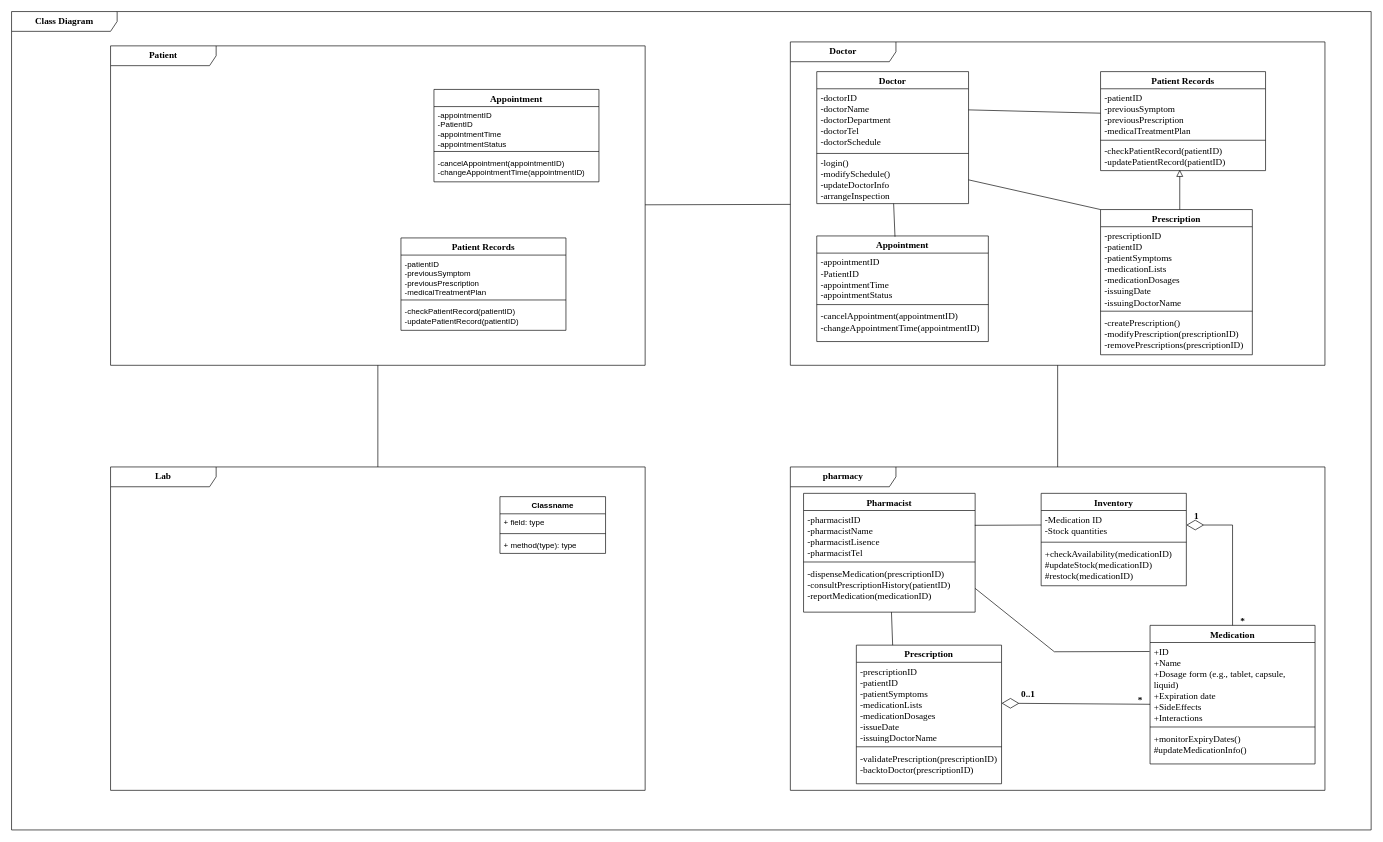
Earlier version of the draw.io diagram Class Diagram.drawio (FOMOKN/Software-Engineering). Source tidied: cells renumbered, new cells numbered last; positions are measured from the earlier drawing's top-left corner, leaving out a move shared by most shapes. Both pictures are drawn from the tidied source at 66%, with x=0, y=0 at pixel (11, 11).
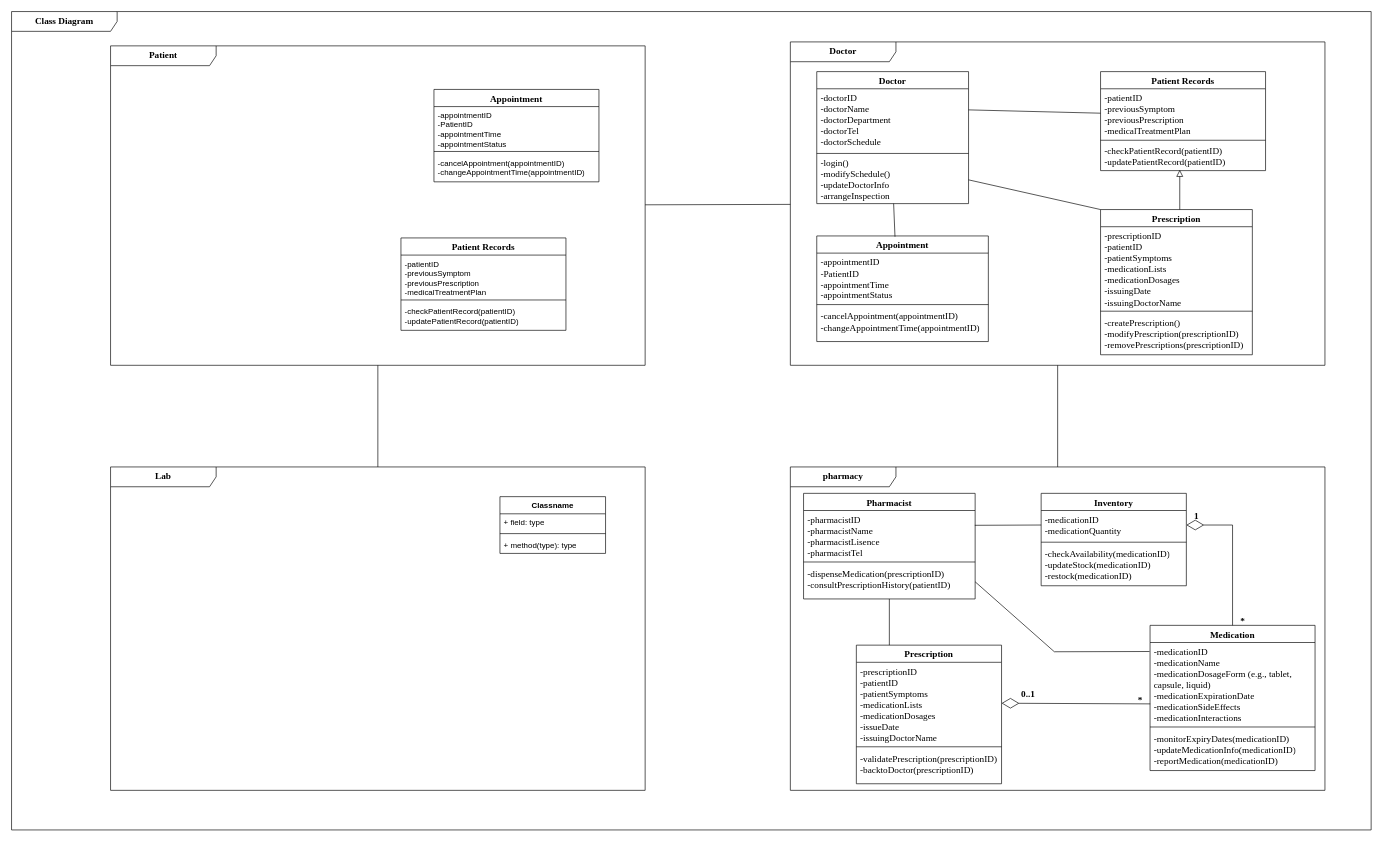
The same diagram, later.

The change refers to these unchanged cells:
```xml
<mxCell id="38" value="&lt;font size=&quot;1&quot; face=&quot;Times New Roman&quot;&gt;&lt;b style=&quot;font-size: 14px;&quot;&gt;pharmacy&lt;/b&gt;&lt;/font&gt;" style="shape=umlFrame;whiteSpace=wrap;html=1;width=160;" parent="2" vertex="1">
  <mxGeometry x="1180" y="690" width="810" height="490" as="geometry" />
</mxCell>
<mxCell id="43" value="Inventory" style="swimlane;fontStyle=1;align=center;verticalAlign=top;horizontal=1;startSize=26;whiteSpace=wrap;html=1;fontFamily=Times New Roman;fontSize=14;" parent="38" vertex="1">
  <mxGeometry x="380" y="40" width="220" height="140" as="geometry" />
</mxCell>
<mxCell id="52" value="*" style="text;html=1;align=center;verticalAlign=middle;points=[];strokeColor=none;fillColor=none;fontFamily=Times New Roman;fontSize=14;fontStyle=1;" parent="38" vertex="1">
  <mxGeometry x="515" y="339" width="30" height="30" as="geometry" />
</mxCell>
<mxCell id="58" value="&lt;font style=&quot;font-size: 14px;&quot;&gt;Prescription&lt;/font&gt;" style="swimlane;fontStyle=1;align=center;verticalAlign=top;horizontal=1;startSize=26;whiteSpace=wrap;html=1;fontFamily=Times New Roman;" parent="38" vertex="1">
  <mxGeometry x="100" y="270" width="220" height="210" as="geometry" />
</mxCell>
<mxCell id="59" value="-prescriptionID&lt;br style=&quot;border-color: var(--border-color);&quot;&gt;-patientID&lt;br style=&quot;border-color: var(--border-color);&quot;&gt;-patientSymptoms&lt;br style=&quot;border-color: var(--border-color);&quot;&gt;-medicationLists&lt;br style=&quot;border-color: var(--border-color);&quot;&gt;-medicationDosages&lt;br style=&quot;border-color: var(--border-color);&quot;&gt;-issueDate&lt;br style=&quot;border-color: var(--border-color);&quot;&gt;-issuingDoctorName" style="text;strokeColor=none;fillColor=none;align=left;verticalAlign=top;spacingLeft=4;spacingRight=4;overflow=hidden;points=[[0,0.5],[1,0.5]];portConstraint=eastwest;whiteSpace=wrap;html=1;fontFamily=Times New Roman;fontSize=14;" parent="58" vertex="1">
  <mxGeometry y="26" width="220" height="124" as="geometry" />
</mxCell>
```

Diff of the diagram source:
```diff
@@
     <mxCell id="39" value="Medication" style="swimlane;fontStyle=1;align=center;verticalAlign=top;horizontal=1;startSize=26;whiteSpace=wrap;html=1;fontFamily=Times New Roman;fontSize=14;" parent="38" vertex="1">
-      <mxGeometry x="545" y="240" width="250" height="210" as="geometry" />
+      <mxGeometry x="545" y="240" width="250" height="220" as="geometry" />
     </mxCell>
-    <mxCell id="40" value="+ID&lt;br&gt;+Name&lt;br style=&quot;font-size: 14px;&quot;&gt;+Dosage form (e.g., tablet, capsule, liquid)&lt;br style=&quot;font-size: 14px;&quot;&gt;+Expiration date&lt;br&gt;+SideEffects&lt;br&gt;+Interactions" style="text;strokeColor=none;fillColor=none;align=left;verticalAlign=top;spacingLeft=4;spacingRight=4;overflow=hidden;points=[[0,0.5],[1,0.5]];portConstraint=eastwest;whiteSpace=wrap;html=1;fontFamily=Times New Roman;fontSize=14;" parent="39" vertex="1">
+    <mxCell id="40" value="-medicationID&lt;br&gt;-medicationName&lt;br style=&quot;font-size: 14px;&quot;&gt;-medicationDosageForm (e.g., tablet, capsule, liquid)&lt;br style=&quot;font-size: 14px;&quot;&gt;-medicationExpirationDate&lt;br&gt;-medicationSideEffects&lt;br&gt;-medicationInteractions" style="text;strokeColor=none;fillColor=none;align=left;verticalAlign=top;spacingLeft=4;spacingRight=4;overflow=hidden;points=[[0,0.5],[1,0.5]];portConstraint=eastwest;whiteSpace=wrap;html=1;fontFamily=Times New Roman;fontSize=14;" parent="39" vertex="1">
       <mxGeometry y="26" width="250" height="124" as="geometry" />
     </mxCell>
@@
-    <mxCell id="42" value="+monitorExpiryDates()&lt;br&gt;#updateMedicationInfo()&lt;br&gt;" style="text;strokeColor=none;fillColor=none;align=left;verticalAlign=top;spacingLeft=4;spacingRight=4;overflow=hidden;whiteSpace=wrap;html=1;fontFamily=Times New Roman;fontSize=14;" parent="39" vertex="1">
-      <mxGeometry y="158" width="250" height="52" as="geometry" />
+    <mxCell id="42" value="-monitorExpiryDates(medicationID)&lt;br&gt;-updateMedicationInfo(medicationID)&lt;br&gt;-reportMedication(medicationID)" style="text;strokeColor=none;fillColor=none;align=left;verticalAlign=top;spacingLeft=4;spacingRight=4;overflow=hidden;whiteSpace=wrap;html=1;fontFamily=Times New Roman;fontSize=14;" parent="39" vertex="1">
+      <mxGeometry y="158" width="250" height="62" as="geometry" />
     </mxCell>
@@
-    <mxCell id="44" value="-Medication ID&lt;br style=&quot;font-size: 14px;&quot;&gt;-Stock quantities" style="text;strokeColor=none;fillColor=none;align=left;verticalAlign=top;spacingLeft=4;spacingRight=4;overflow=hidden;points=[[0,0.5],[1,0.5]];portConstraint=eastwest;whiteSpace=wrap;html=1;fontFamily=Times New Roman;fontSize=14;" parent="43" vertex="1">
+    <mxCell id="44" value="-medicationID&lt;br style=&quot;font-size: 14px;&quot;&gt;-medicationQuantity" style="text;strokeColor=none;fillColor=none;align=left;verticalAlign=top;spacingLeft=4;spacingRight=4;overflow=hidden;points=[[0,0.5],[1,0.5]];portConstraint=eastwest;whiteSpace=wrap;html=1;fontFamily=Times New Roman;fontSize=14;" parent="43" vertex="1">
       <mxGeometry y="26" width="220" height="44" as="geometry" />
     </mxCell>
@@
-    <mxCell id="46" value="+checkAvailability(medicationID)&lt;br&gt;#updateStock(medicationID)&lt;br&gt;#restock(medicationID)" style="text;strokeColor=none;fillColor=none;align=left;verticalAlign=top;spacingLeft=4;spacingRight=4;overflow=hidden;whiteSpace=wrap;html=1;fontFamily=Times New Roman;fontSize=14;" parent="43" vertex="1">
+    <mxCell id="46" value="-checkAvailability(medicationID)&lt;br&gt;-updateStock(medicationID)&lt;br&gt;-restock(medicationID)" style="text;strokeColor=none;fillColor=none;align=left;verticalAlign=top;spacingLeft=4;spacingRight=4;overflow=hidden;whiteSpace=wrap;html=1;fontFamily=Times New Roman;fontSize=14;" parent="43" vertex="1">
       <mxGeometry y="78" width="220" height="62" as="geometry" />
     </mxCell>
     <mxCell id="47" value="&lt;font style=&quot;font-size: 14px;&quot; face=&quot;Times New Roman&quot;&gt;Pharmacist&lt;/font&gt;" style="swimlane;fontStyle=1;align=center;verticalAlign=top;horizontal=1;startSize=26;whiteSpace=wrap;html=1;" parent="38" vertex="1">
-      <mxGeometry x="20" y="40" width="260" height="180" as="geometry" />
+      <mxGeometry x="20" y="40" width="260" height="160" as="geometry" />
     </mxCell>
@@
-    <mxCell id="50" value="&lt;font style=&quot;font-size: 14px;&quot;&gt;-dispenseMedication(prescriptionID)&lt;br style=&quot;font-size: 14px;&quot;&gt;&lt;/font&gt;&lt;font style=&quot;font-size: 14px;&quot;&gt;-consultPrescriptionHistory(patientID)&lt;br&gt;-reportMedication(medicationID)&lt;br&gt;&lt;br style=&quot;font-size: 14px;&quot;&gt;&lt;/font&gt;" style="text;strokeColor=none;fillColor=none;align=left;verticalAlign=top;spacingLeft=4;spacingRight=4;overflow=hidden;points=[[0,0.5],[1,0.5]];portConstraint=eastwest;whiteSpace=wrap;html=1;fontFamily=Times New Roman;fontSize=14;" parent="47" vertex="1">
-      <mxGeometry y="108" width="260" height="72" as="geometry" />
+    <mxCell id="50" value="&lt;font style=&quot;font-size: 14px;&quot;&gt;-dispenseMedication(prescriptionID)&lt;br style=&quot;font-size: 14px;&quot;&gt;&lt;/font&gt;&lt;font style=&quot;font-size: 14px;&quot;&gt;-consultPrescriptionHistory(patientID)&lt;br&gt;&lt;br&gt;&lt;br style=&quot;font-size: 14px;&quot;&gt;&lt;/font&gt;" style="text;strokeColor=none;fillColor=none;align=left;verticalAlign=top;spacingLeft=4;spacingRight=4;overflow=hidden;points=[[0,0.5],[1,0.5]];portConstraint=eastwest;whiteSpace=wrap;html=1;fontFamily=Times New Roman;fontSize=14;" parent="47" vertex="1">
+      <mxGeometry y="108" width="260" height="52" as="geometry" />
     </mxCell>
@@
-    <mxCell id="62" style="endArrow=diamondThin;endFill=0;endSize=24;html=1;rounded=0;exitX=1;exitY=0.687;exitDx=0;exitDy=0;entryX=1;entryY=0.5;entryDx=0;entryDy=0;exitPerimeter=0;" parent="38" edge="1" source="52" target="59">
+    <mxCell id="62" style="endArrow=diamondThin;endFill=0;endSize=24;html=1;rounded=0;exitX=0.001;exitY=0.75;exitDx=0;exitDy=0;entryX=1;entryY=0.5;entryDx=0;entryDy=0;exitPerimeter=0;" parent="38" edge="1" source="40" target="59">
       <mxGeometry relative="1" as="geometry" />
     </mxCell>
-    <mxCell id="63" style="endArrow=none;html=1;rounded=0;exitX=0.25;exitY=0;exitDx=0;exitDy=0;" parent="38" edge="1" source="58" target="47">
-      <mxGeometry relative="1" as="geometry" />
+    <mxCell id="63" style="endArrow=none;html=1;rounded=0;" parent="38" edge="1" target="47">
+      <mxGeometry relative="1" as="geometry">
+        <mxPoint x="150" y="270" as="sourcePoint" />
+      </mxGeometry>
     </mxCell>
```
